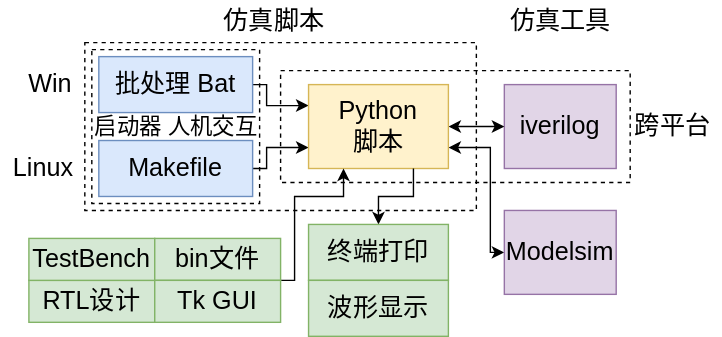
xiaowuzxc/SparrowRV keeps this draw.io diagram as pic/img/仿真环境.svg. Above is the earlier version. Source tidied: cells renumbered, new cells last; positions are measured from the earlier drawing's top-left corner, leaving out a move shared by most shapes.
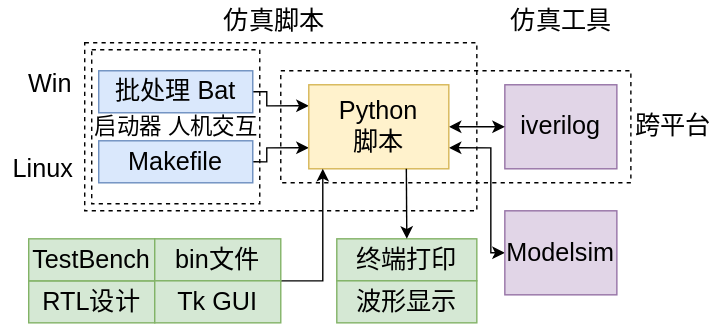
The same file after the commit.

Diff of the diagram source:
```diff
@@ -23,24 +23,24 @@
     <mxCell id="8" style="edgeStyle=orthogonalEdgeStyle;rounded=0;jettySize=auto;html=1;exitX=1;exitY=0.5;exitDx=0;exitDy=0;entryX=0;entryY=0.25;entryDx=0;entryDy=0;" parent="1" edge="1" source="9" target="14">
       <mxGeometry relative="1" as="geometry">
         <Array as="points">
-          <mxPoint x="190" y="60" />
+          <mxPoint x="190" y="65" />
           <mxPoint x="190" y="75" />
         </Array>
       </mxGeometry>
     </mxCell>
     <mxCell id="9" value="批处理 Bat" style="whiteSpace=wrap;html=1;fontSize=18;fillColor=#dae8fc;strokeColor=#6c8ebf;" parent="1" vertex="1">
-      <mxGeometry x="70" y="40" width="110" height="40" as="geometry" />
+      <mxGeometry x="70" y="50" width="110" height="30" as="geometry" />
     </mxCell>
     <mxCell id="10" style="edgeStyle=orthogonalEdgeStyle;rounded=0;jettySize=auto;html=1;exitX=1;exitY=0.5;exitDx=0;exitDy=0;entryX=0;entryY=0.75;entryDx=0;entryDy=0;" parent="1" edge="1" source="11" target="14">
       <mxGeometry relative="1" as="geometry">
         <Array as="points">
-          <mxPoint x="190" y="120" />
+          <mxPoint x="190" y="115" />
           <mxPoint x="190" y="105" />
         </Array>
       </mxGeometry>
     </mxCell>
     <mxCell id="11" value="Makefile" style="whiteSpace=wrap;html=1;fontSize=18;fillColor=#dae8fc;strokeColor=#6c8ebf;" parent="1" vertex="1">
-      <mxGeometry x="70" y="100" width="110" height="40" as="geometry" />
+      <mxGeometry x="70" y="100" width="110" height="30" as="geometry" />
     </mxCell>
     <mxCell id="12" style="edgeStyle=orthogonalEdgeStyle;rounded=0;jettySize=auto;html=1;exitX=1;exitY=0.5;exitDx=0;exitDy=0;entryX=0;entryY=0.5;entryDx=0;entryDy=0;startArrow=classic;startFill=1;" parent="1" edge="1" source="14" target="7">
       <mxGeometry relative="1" as="geometry" />
@@ -74,26 +74,16 @@
     <mxCell id="20" value="TestBench" style="whiteSpace=wrap;html=1;fontSize=18;fillColor=#d5e8d4;strokeColor=#82b366;" parent="1" vertex="1">
       <mxGeometry x="20" y="170" width="90" height="30" as="geometry" />
     </mxCell>
-    <mxCell id="21" style="edgeStyle=orthogonalEdgeStyle;rounded=0;jettySize=auto;html=1;exitX=0.75;exitY=1;exitDx=0;exitDy=0;entryX=0.5;entryY=0;entryDx=0;entryDy=0;fontSize=18;" parent="1" edge="1" source="14" target="22">
-      <mxGeometry relative="1" as="geometry">
-        <Array as="points">
-          <mxPoint x="295" y="140" />
-          <mxPoint x="270" y="140" />
-        </Array>
-      </mxGeometry>
-    </mxCell>
     <mxCell id="22" value="终端打印" style="rounded=0;whiteSpace=wrap;html=1;fontSize=18;fillColor=#d5e8d4;strokeColor=#82b366;" parent="1" vertex="1">
-      <mxGeometry x="220" y="160" width="100" height="40" as="geometry" />
+      <mxGeometry x="240" y="170" width="100" height="30" as="geometry" />
     </mxCell>
     <mxCell id="23" value="波形显示" style="whiteSpace=wrap;html=1;fontSize=18;fillColor=#d5e8d4;strokeColor=#82b366;" parent="1" vertex="1">
-      <mxGeometry x="220" y="200" width="100" height="40" as="geometry" />
+      <mxGeometry x="240" y="200" width="100" height="30" as="geometry" />
     </mxCell>
-    <mxCell id="24" style="edgeStyle=orthogonalEdgeStyle;rounded=0;jettySize=auto;html=1;exitX=1;exitY=1;exitDx=0;exitDy=0;entryX=0.25;entryY=1;entryDx=0;entryDy=0;" parent="1" edge="1" source="25" target="14">
+    <mxCell id="24" style="edgeStyle=orthogonalEdgeStyle;rounded=0;jettySize=auto;html=1;exitX=1;exitY=1;exitDx=0;exitDy=0;entryX=0.1;entryY=1;entryDx=0;entryDy=0;entryPerimeter=0;" parent="1" edge="1" source="25" target="14">
       <mxGeometry relative="1" as="geometry">
         <Array as="points">
-          <mxPoint x="210" y="200" />
-          <mxPoint x="210" y="140" />
-          <mxPoint x="245" y="140" />
+          <mxPoint x="230" y="200" />
         </Array>
       </mxGeometry>
     </mxCell>
@@ -106,5 +96,10 @@
     <mxCell id="27" value="Modelsim" style="whiteSpace=wrap;html=1;fontSize=18;fillColor=#e1d5e7;strokeColor=#9673a6;" parent="1" vertex="1">
       <mxGeometry x="360" y="150" width="80" height="60" as="geometry" />
     </mxCell>
+    <mxCell id="28" style="endArrow=classic;html=1;rounded=0;entryX=0.5;entryY=0;entryDx=0;entryDy=0;" parent="1" edge="1" target="22">
+      <mxGeometry relative="1" as="geometry">
+        <mxPoint x="289.7" y="120" as="sourcePoint" />
+      </mxGeometry>
+    </mxCell>
   </root>
 </mxGraphModel>
```
